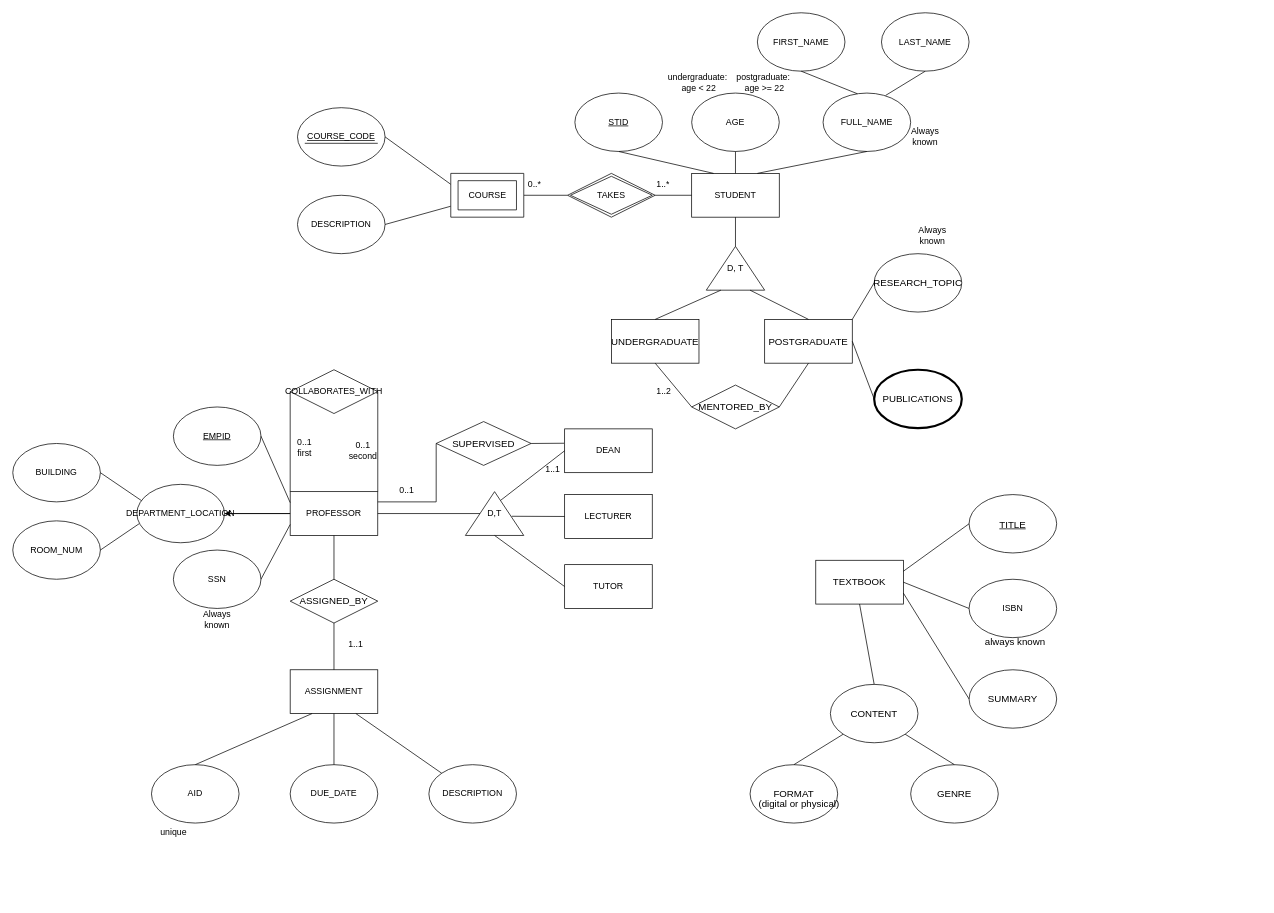
Earlier version of the draw.io diagram DM-HW1_Janis & Cuihuan.drawio (us-ja/Data_Management). Source tidied: cells renumbered, new cells numbered last; positions are measured from the earlier drawing's top-left corner, leaving out a move shared by most shapes. Both pictures are drawn from the tidied source at 73%, with x=0, y=0 at pixel (12, 12).
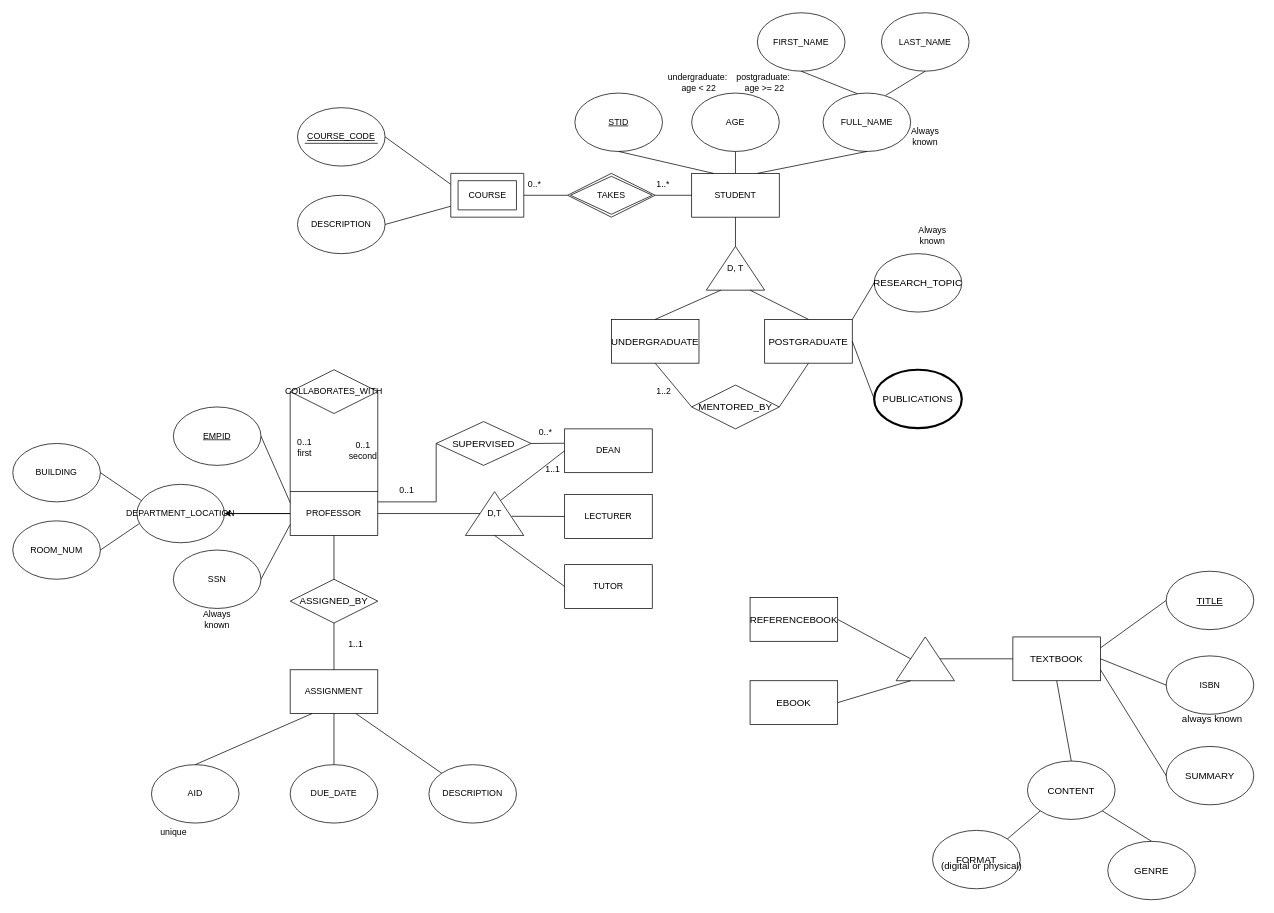
Above is the later version.

Diff of the diagram source:
```diff
@@
     <mxCell id="86" value="&lt;div style=&quot;text-align: start;&quot;&gt;&lt;span style=&quot;font-size: 9.96264pt; font-family: LMRoman10-Regular;&quot;&gt;TEXTBOOK&lt;/span&gt;&lt;/div&gt;" style="rounded=0;whiteSpace=wrap;html=1;" parent="1" vertex="1">
-      <mxGeometry x="1100" y="750" width="120" height="60" as="geometry" />
+      <mxGeometry x="1370" y="855" width="120" height="60" as="geometry" />
     </mxCell>
     <mxCell id="87" value="&lt;div style=&quot;text-align: start;&quot;&gt;&lt;u&gt;&lt;span style=&quot;font-size: 12pt; font-family: STSong;&quot;&gt;&lt;/span&gt;&lt;span style=&quot;font-size: 9.96264pt; font-family: LMRoman10-Regular;&quot;&gt;TITLE&lt;/span&gt;&lt;/u&gt;&lt;/div&gt;" style="ellipse;whiteSpace=wrap;html=1;" parent="1" vertex="1">
-      <mxGeometry x="1310" y="660" width="120" height="80" as="geometry" />
+      <mxGeometry x="1580" y="765" width="120" height="80" as="geometry" />
     </mxCell>
@@
     <mxCell id="89" value="ISBN" style="ellipse;whiteSpace=wrap;html=1;" parent="1" vertex="1">
-      <mxGeometry x="1310" y="776" width="120" height="80" as="geometry" />
+      <mxGeometry x="1580" y="881" width="120" height="80" as="geometry" />
     </mxCell>
     <mxCell id="90" value="&lt;div style=&quot;text-align: start;&quot;&gt;&lt;span style=&quot;font-size: 9.96264pt; font-family: LMRoman10-Regular;&quot;&gt;SUMMARY&lt;/span&gt;&lt;/div&gt;" style="ellipse;whiteSpace=wrap;html=1;" parent="1" vertex="1">
-      <mxGeometry x="1310" y="900" width="120" height="80" as="geometry" />
+      <mxGeometry x="1580" y="1005" width="120" height="80" as="geometry" />
     </mxCell>
@@
     <mxCell id="93" value="&lt;div style=&quot;text-align: start;&quot;&gt;&lt;span style=&quot;font-size: 9.96264pt; font-family: LMRoman10-Regular;&quot;&gt;CONTENT&lt;/span&gt;&lt;/div&gt;" style="ellipse;whiteSpace=wrap;html=1;" parent="1" vertex="1">
-      <mxGeometry x="1120" y="920" width="120" height="80" as="geometry" />
+      <mxGeometry x="1390" y="1025" width="120" height="80" as="geometry" />
     </mxCell>
@@
     <mxCell id="95" value="&lt;div style=&quot;text-align: start;&quot;&gt;&lt;span style=&quot;font-size: 9.96264pt; font-family: LMRoman10-Regular;&quot;&gt;GENRE&lt;/span&gt;&lt;/div&gt;" style="ellipse;whiteSpace=wrap;html=1;" parent="1" vertex="1">
-      <mxGeometry x="1230" y="1030" width="120" height="80" as="geometry" />
+      <mxGeometry x="1500" y="1135" width="120" height="80" as="geometry" />
     </mxCell>
     <mxCell id="96" value="&lt;div style=&quot;text-align: start;&quot;&gt;&lt;span style=&quot;font-size: 9.96264pt; font-family: LMRoman10-Regular;&quot;&gt;FORMAT&lt;/span&gt;&lt;/div&gt;" style="ellipse;whiteSpace=wrap;html=1;" parent="1" vertex="1">
-      <mxGeometry x="1010" y="1030" width="120" height="80" as="geometry" />
+      <mxGeometry x="1260" y="1120" width="120" height="80" as="geometry" />
     </mxCell>
     <mxCell id="97" value="&lt;div style=&quot;caret-color: rgb(0, 0, 0); color: rgb(0, 0, 0); font-style: normal; font-variant-caps: normal; font-weight: 400; letter-spacing: normal; orphans: auto; text-align: start; text-indent: 0px; text-transform: none; white-space: normal; widows: auto; word-spacing: 0px; -webkit-text-stroke-width: 0px; text-decoration: none;&quot;&gt;&lt;span style=&quot;font-size: 9.96264pt; font-family: LMRoman10-Regular; color: rgb(0, 0, 0);&quot;&gt;(digital or physical)&lt;/span&gt;&lt;/div&gt;" style="text;whiteSpace=wrap;html=1;" parent="1" vertex="1">
-      <mxGeometry x="1020" y="1070" width="130" height="40" as="geometry" />
+      <mxGeometry x="1270" y="1155" width="130" height="40" as="geometry" />
     </mxCell>
     <mxCell id="98" value="&lt;div style=&quot;caret-color: rgb(0, 0, 0); color: rgb(0, 0, 0); font-style: normal; font-variant-caps: normal; font-weight: 400; letter-spacing: normal; orphans: auto; text-align: start; text-indent: 0px; text-transform: none; white-space: normal; widows: auto; word-spacing: 0px; -webkit-text-stroke-width: 0px; text-decoration: none;&quot;&gt;&lt;span style=&quot;font-size: 12pt; font-family: STSong; color: rgb(0, 0, 0);&quot;&gt;&lt;/span&gt;&lt;span style=&quot;font-size: 9.96264pt; font-family: LMRoman10-Regular; color: rgb(0, 0, 0);&quot;&gt;always known&lt;/span&gt;&lt;/div&gt;" style="text;whiteSpace=wrap;html=1;" parent="1" vertex="1">
-      <mxGeometry x="1330" y="845" width="110" height="40" as="geometry" />
+      <mxGeometry x="1600" y="950" width="110" height="40" as="geometry" />
     </mxCell>
@@
-    <mxCell id="100" style="endArrow=none;html=1;rounded=0;exitX=0.5;exitY=0;exitDx=0;exitDy=0;entryX=0;entryY=1;entryDx=0;entryDy=0;" parent="1" edge="1" source="96" target="93">
+    <mxCell id="100" style="endArrow=none;html=1;rounded=0;exitX=1;exitY=0;exitDx=0;exitDy=0;entryX=0;entryY=1;entryDx=0;entryDy=0;" parent="1" edge="1" source="96" target="93">
       <mxGeometry relative="1" as="geometry" />
     </mxCell>
+    <mxCell id="102" value="&lt;div style=&quot;caret-color: rgb(0, 0, 0); color: rgb(0, 0, 0); font-style: normal; font-variant-caps: normal; font-weight: 400; letter-spacing: normal; orphans: auto; text-align: start; text-indent: 0px; text-transform: none; white-space: normal; widows: auto; word-spacing: 0px; -webkit-text-stroke-width: 0px; text-decoration: none;&quot;&gt;&lt;span style=&quot;font-size: 9.96264pt; font-family: LMRoman10-Regular; color: rgb(0, 0, 0);&quot;&gt;REFERENCEBOOK&lt;/span&gt;&lt;/div&gt;" style="rounded=0;whiteSpace=wrap;html=1;" parent="1" vertex="1">
+      <mxGeometry x="1010" y="801" width="120" height="60" as="geometry" />
+    </mxCell>
@@
+    <mxCell id="103" value="0..*" style="text;html=1;align=center;verticalAlign=middle;whiteSpace=wrap;rounded=0;" parent="1" vertex="1">
+      <mxGeometry x="700" y="560" width="60" height="30" as="geometry" />
+    </mxCell>
+    <mxCell id="104" style="triangle;whiteSpace=wrap;html=1;direction=north;" parent="1" vertex="1">
+      <mxGeometry x="1210" y="855" width="80" height="60" as="geometry" />
+    </mxCell>
+    <mxCell id="105" value="&lt;div style=&quot;text-align: start;&quot;&gt;&lt;span style=&quot;font-size: 9.96264pt; font-family: LMRoman10-Regular;&quot;&gt;EBOOK&lt;/span&gt;&lt;/div&gt;" style="rounded=0;whiteSpace=wrap;html=1;" parent="1" vertex="1">
+      <mxGeometry x="1010" y="915" width="120" height="60" as="geometry" />
+    </mxCell>
+    <mxCell id="106" style="endArrow=none;html=1;rounded=0;entryX=0;entryY=0.5;entryDx=0;entryDy=0;exitX=0.5;exitY=1;exitDx=0;exitDy=0;" parent="1" edge="1" source="104" target="86">
+      <mxGeometry relative="1" as="geometry" />
+    </mxCell>
+    <mxCell id="107" style="endArrow=none;html=1;rounded=0;entryX=0.5;entryY=0;entryDx=0;entryDy=0;exitX=1;exitY=0.5;exitDx=0;exitDy=0;" parent="1" edge="1" source="102" target="104">
+      <mxGeometry relative="1" as="geometry" />
+    </mxCell>
+    <mxCell id="108" style="endArrow=none;html=1;rounded=0;entryX=0;entryY=0.25;entryDx=0;entryDy=0;exitX=1;exitY=0.5;exitDx=0;exitDy=0;" parent="1" edge="1" source="105" target="104">
+      <mxGeometry relative="1" as="geometry" />
+    </mxCell>
```
